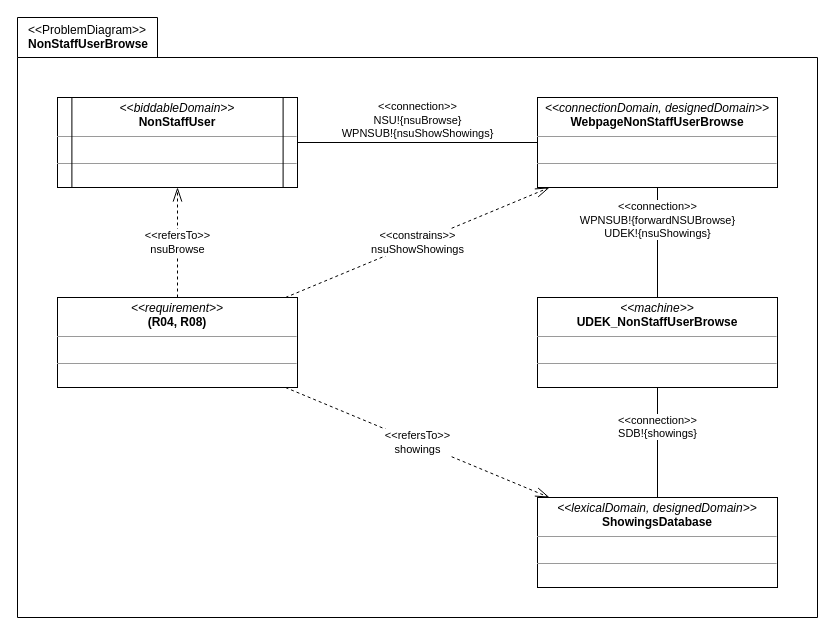
Before: page "PD" (1 of 2) of a04_problem_diagram_2.drawio in melvdlin/swtlab, a draw.io diagram. Source tidied: cells renumbered, new cells numbered last; positions are measured from the earlier drawing's top-left corner, leaving out a move shared by most shapes. Both pictures are drawn from the tidied source at 100%, with x=0, y=0 at pixel (17, 17).
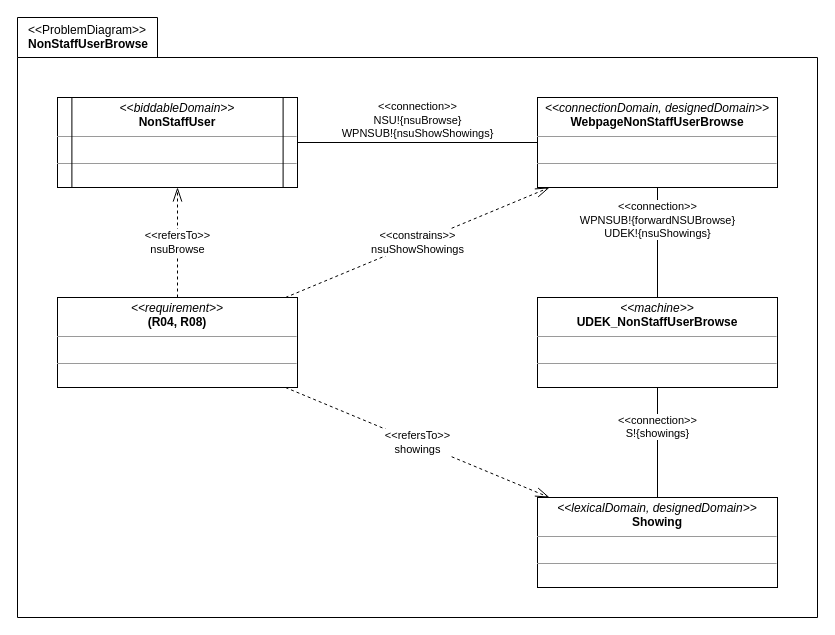
The same diagram, later.

The edit, as a diff of the source:
```diff
@@
 <mxGraphModel>
   <root>
     <mxCell id="0" />
     <mxCell id="1" parent="0" />
     <mxCell id="2" value="&lt;div&gt;&lt;span style=&quot;font-weight: 400&quot;&gt;&amp;lt;&amp;lt;ProblemDiagram&amp;gt;&amp;gt;&lt;/span&gt;&lt;/div&gt;&lt;div style=&quot;text-align: center&quot;&gt;NonStaffUserBrowse&lt;/div&gt;" style="shape=folder;fontStyle=1;spacingTop=1;tabWidth=140;tabHeight=40;tabPosition=left;html=1;rounded=0;shadow=0;glass=0;comic=0;sketch=0;gradientColor=none;labelPosition=center;verticalLabelPosition=middle;align=left;verticalAlign=top;spacing=0;spacingLeft=11;fillColor=default;" parent="1" vertex="1">
       <mxGeometry width="800" height="600" as="geometry" />
     </mxCell>
     <mxCell id="3" style="group;" parent="2" vertex="1">
       <mxGeometry x="40" y="80" width="720" height="490" as="geometry" />
     </mxCell>
     <mxCell id="4" value="&lt;p style=&quot;margin: 0px ; margin-top: 4px ; text-align: center&quot;&gt;&lt;i&gt;&amp;lt;&amp;lt;machine&amp;gt;&amp;gt;&lt;/i&gt;&lt;br&gt;&lt;b&gt;UDEK_NonStaffUserBrowse&lt;/b&gt;&lt;/p&gt;&lt;hr size=&quot;1&quot;&gt;&lt;p style=&quot;margin: 0px ; margin-left: 4px&quot;&gt;&lt;br&gt;&lt;/p&gt;&lt;hr size=&quot;1&quot;&gt;&lt;p style=&quot;margin: 0px ; margin-left: 4px&quot;&gt;&lt;br&gt;&lt;/p&gt;" style="verticalAlign=top;align=left;overflow=fill;fontSize=12;fontFamily=Helvetica;html=1;rounded=0;shadow=0;glass=0;comic=0;sketch=0;fontColor=default;gradientColor=none;" parent="3" vertex="1">
       <mxGeometry x="480" y="200" width="240" height="90" as="geometry" />
     </mxCell>
     <mxCell id="5" value="&amp;lt;&amp;lt;connection&amp;gt;&amp;gt;&lt;br&gt;WPNSUB!{forwardNSUBrowse}&lt;br&gt;UDEK!{nsuShowings}" style="rounded=0;jettySize=auto;html=1;startArrow=none;startFill=0;endArrow=none;endFill=0;startSize=12;endSize=12;verticalAlign=bottom;" parent="3" edge="1" source="6" target="4">
       <mxGeometry relative="1" as="geometry" />
     </mxCell>
     <mxCell id="6" value="&lt;p style=&quot;margin: 0px ; margin-top: 4px ; text-align: center&quot;&gt;&lt;i&gt;&amp;lt;&amp;lt;connectionDomain, designedDomain&amp;gt;&amp;gt;&lt;/i&gt;&lt;br&gt;&lt;b&gt;WebpageNonStaffUserBrowse&lt;/b&gt;&lt;/p&gt;&lt;hr size=&quot;1&quot;&gt;&lt;p style=&quot;margin: 0px ; margin-left: 4px&quot;&gt;&lt;br&gt;&lt;/p&gt;&lt;hr size=&quot;1&quot;&gt;&lt;p style=&quot;margin: 0px ; margin-left: 4px&quot;&gt;&lt;br&gt;&lt;/p&gt;" style="verticalAlign=top;align=left;overflow=fill;fontSize=12;fontFamily=Helvetica;html=1;rounded=0;shadow=0;glass=0;comic=0;sketch=0;fontColor=default;gradientColor=none;" parent="3" vertex="1">
       <mxGeometry x="480" width="240" height="90" as="geometry" />
     </mxCell>
     <mxCell id="7" style="group;" parent="3" vertex="1">
       <mxGeometry width="240" height="90" as="geometry" />
     </mxCell>
     <mxCell id="8" value="&lt;p style=&quot;margin: 0px ; margin-top: 4px ; text-align: center&quot;&gt;&lt;i&gt;&amp;lt;&amp;lt;biddableDomain&amp;gt;&amp;gt;&lt;/i&gt;&lt;br&gt;&lt;b&gt;NonStaffUser&lt;/b&gt;&lt;/p&gt;&lt;hr size=&quot;1&quot;&gt;&lt;p style=&quot;margin: 0px ; margin-left: 4px&quot;&gt;&lt;br&gt;&lt;/p&gt;&lt;hr size=&quot;1&quot;&gt;&lt;p style=&quot;margin: 0px ; margin-left: 4px&quot;&gt;&lt;br&gt;&lt;/p&gt;" style="verticalAlign=top;align=left;overflow=fill;fontSize=12;fontFamily=Helvetica;html=1;rounded=0;shadow=0;glass=0;comic=0;sketch=0;fontColor=default;gradientColor=none;points=[[0,0,0,0,0],[0,0.24,0,0,0],[0,0.5,0,0,0],[0,0.76,0,0,0],[0,1,0,0,0],[0.06,0,0,0,0],[0.06,1,0,0,0],[0.13,0,0,0,0],[0.13,1,0,0,0],[0.25,0,0,0,0],[0.25,1,0,0,0],[0.5,0,0,0,0],[0.5,1,0,0,0],[0.75,0,0,0,0],[0.75,1,0,0,0],[0.88,0,0,0,0],[0.88,1,0,0,0],[0.94,0,0,0,0],[0.94,1,0,0,0],[1,0,0,0,0],[1,0.26,0,0,0],[1,0.5,0,0,0],[1,0.76,0,0,0],[1,1,0,0,0]];strokeWidth=1;" parent="7" vertex="1">
       <mxGeometry width="240" height="90" as="geometry" />
     </mxCell>
     <mxCell id="9" style="rounded=0;orthogonalLoop=1;jettySize=auto;html=1;exitX=0.06;exitY=0;exitDx=0;exitDy=0;exitPerimeter=0;entryX=0.06;entryY=1;entryDx=0;entryDy=0;entryPerimeter=0;startArrow=none;startFill=0;endArrow=none;endFill=0;startSize=12;endSize=12;" parent="7" edge="1" source="8" target="8">
       <mxGeometry relative="1" as="geometry" />
     </mxCell>
     <mxCell id="10" style="rounded=0;orthogonalLoop=1;jettySize=auto;html=1;exitX=0.94;exitY=0;exitDx=0;exitDy=0;exitPerimeter=0;entryX=0.94;entryY=1;entryDx=0;entryDy=0;entryPerimeter=0;startArrow=none;startFill=0;endArrow=none;endFill=0;startSize=12;endSize=12;" parent="7" edge="1" source="8" target="8">
       <mxGeometry relative="1" as="geometry" />
     </mxCell>
     <mxCell id="11" value="&amp;lt;&amp;lt;connection&amp;gt;&amp;gt;&lt;br&gt;NSU!{nsuBrowse}&lt;br&gt;WPNSUB!{nsuShowShowings}" style="rounded=0;jettySize=auto;html=1;startArrow=none;startFill=0;endArrow=none;endFill=0;startSize=12;endSize=12;verticalAlign=bottom;" parent="3" edge="1" source="8" target="6">
       <mxGeometry relative="1" as="geometry" />
     </mxCell>
-    <mxCell id="12" value="&amp;lt;&amp;lt;connection&amp;gt;&amp;gt;&lt;br&gt;SDB!{showings}" style="rounded=0;jettySize=auto;html=1;startArrow=none;startFill=0;endArrow=none;endFill=0;startSize=12;endSize=12;verticalAlign=bottom;" parent="3" edge="1" source="13" target="4">
+    <mxCell id="12" value="&amp;lt;&amp;lt;connection&amp;gt;&amp;gt;&lt;br&gt;S!{showings}" style="rounded=0;jettySize=auto;html=1;startArrow=none;startFill=0;endArrow=none;endFill=0;startSize=12;endSize=12;verticalAlign=bottom;" parent="3" edge="1" source="13" target="4">
       <mxGeometry relative="1" as="geometry" />
     </mxCell>
-    <mxCell id="13" value="&lt;p style=&quot;margin: 0px ; margin-top: 4px ; text-align: center&quot;&gt;&lt;i&gt;&amp;lt;&amp;lt;lexicalDomain, designedDomain&amp;gt;&amp;gt;&lt;/i&gt;&lt;br&gt;&lt;b&gt;ShowingsDatabase&lt;/b&gt;&lt;/p&gt;&lt;hr size=&quot;1&quot;&gt;&lt;p style=&quot;margin: 0px ; margin-left: 4px&quot;&gt;&lt;br&gt;&lt;/p&gt;&lt;hr size=&quot;1&quot;&gt;&lt;p style=&quot;margin: 0px ; margin-left: 4px&quot;&gt;&lt;br&gt;&lt;/p&gt;" style="verticalAlign=top;align=left;overflow=fill;fontSize=12;fontFamily=Helvetica;html=1;rounded=0;shadow=0;glass=0;comic=0;sketch=0;fontColor=default;gradientColor=none;strokeWidth=1;" parent="3" vertex="1">
+    <mxCell id="13" value="&lt;p style=&quot;margin: 0px ; margin-top: 4px ; text-align: center&quot;&gt;&lt;i&gt;&amp;lt;&amp;lt;lexicalDomain, designedDomain&amp;gt;&amp;gt;&lt;/i&gt;&lt;br&gt;&lt;b&gt;Showing&lt;/b&gt;&lt;/p&gt;&lt;hr size=&quot;1&quot;&gt;&lt;p style=&quot;margin: 0px ; margin-left: 4px&quot;&gt;&lt;br&gt;&lt;/p&gt;&lt;hr size=&quot;1&quot;&gt;&lt;p style=&quot;margin: 0px ; margin-left: 4px&quot;&gt;&lt;br&gt;&lt;/p&gt;" style="verticalAlign=top;align=left;overflow=fill;fontSize=12;fontFamily=Helvetica;html=1;rounded=0;shadow=0;glass=0;comic=0;sketch=0;fontColor=default;gradientColor=none;strokeWidth=1;" parent="3" vertex="1">
       <mxGeometry x="480" y="400" width="240" height="90" as="geometry" />
     </mxCell>
     <mxCell id="14" value="&amp;lt;&amp;lt;constrains&amp;gt;&amp;gt;&lt;br&gt;nsuShowShowings" style="edgeStyle=none;rounded=0;jettySize=auto;html=1;startArrow=none;startFill=0;endArrow=openThin;endFill=0;startSize=12;endSize=12;dashed=1;" parent="3" edge="1" source="17" target="6">
       <mxGeometry relative="1" as="geometry" />
     </mxCell>
     <mxCell id="15" value="&amp;lt;&amp;lt;refersTo&amp;gt;&amp;gt;&lt;br&gt;nsuBrowse" style="edgeStyle=none;rounded=0;jettySize=auto;html=1;dashed=1;startArrow=none;startFill=0;endArrow=openThin;endFill=0;startSize=12;endSize=12;" parent="3" edge="1" source="17" target="8">
       <mxGeometry relative="1" as="geometry" />
     </mxCell>
     <mxCell id="16" value="&amp;lt;&amp;lt;refersTo&amp;gt;&amp;gt;&lt;br&gt;showings" style="edgeStyle=none;rounded=0;jettySize=auto;html=1;dashed=1;startArrow=none;startFill=0;endArrow=openThin;endFill=0;startSize=12;endSize=12;" parent="3" edge="1" source="17" target="13">
       <mxGeometry relative="1" as="geometry" />
     </mxCell>
     <mxCell id="17" value="&lt;p style=&quot;margin: 0px ; margin-top: 4px ; text-align: center&quot;&gt;&lt;i&gt;&amp;lt;&amp;lt;requirement&amp;gt;&amp;gt;&lt;/i&gt;&lt;br&gt;&lt;b&gt;(R04, R08)&lt;/b&gt;&lt;/p&gt;&lt;hr size=&quot;1&quot;&gt;&lt;p style=&quot;margin: 0px ; margin-left: 4px&quot;&gt;&lt;br&gt;&lt;/p&gt;&lt;hr size=&quot;1&quot;&gt;&lt;p style=&quot;margin: 0px ; margin-left: 4px&quot;&gt;&lt;br&gt;&lt;/p&gt;" style="verticalAlign=top;align=left;overflow=fill;fontSize=12;fontFamily=Helvetica;html=1;rounded=0;shadow=0;glass=0;comic=0;sketch=0;fontColor=default;gradientColor=none;" parent="3" vertex="1">
       <mxGeometry y="200" width="240" height="90" as="geometry" />
     </mxCell>
   </root>
 </mxGraphModel>
```
